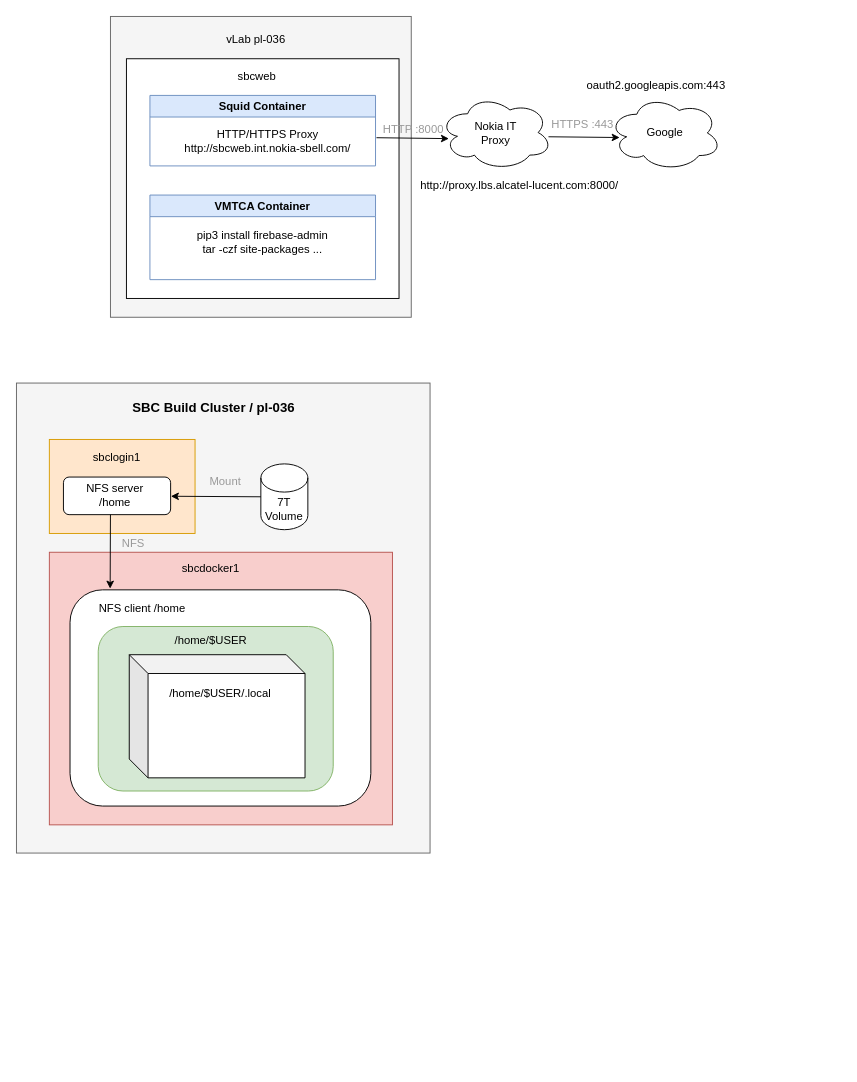
shanewa/coding keeps this draw.io diagram as sbcdocker.drawio. Above is the earlier version. Source tidied: cells renumbered, new cells numbered last; positions are measured from the earlier drawing's top-left corner, leaving out a move shared by most shapes. Both pictures are drawn from the tidied source at 94%, with x=0, y=0 at pixel (16, 16). Pictures stored in the file or linked from it are replaced by grey dashed boxes.
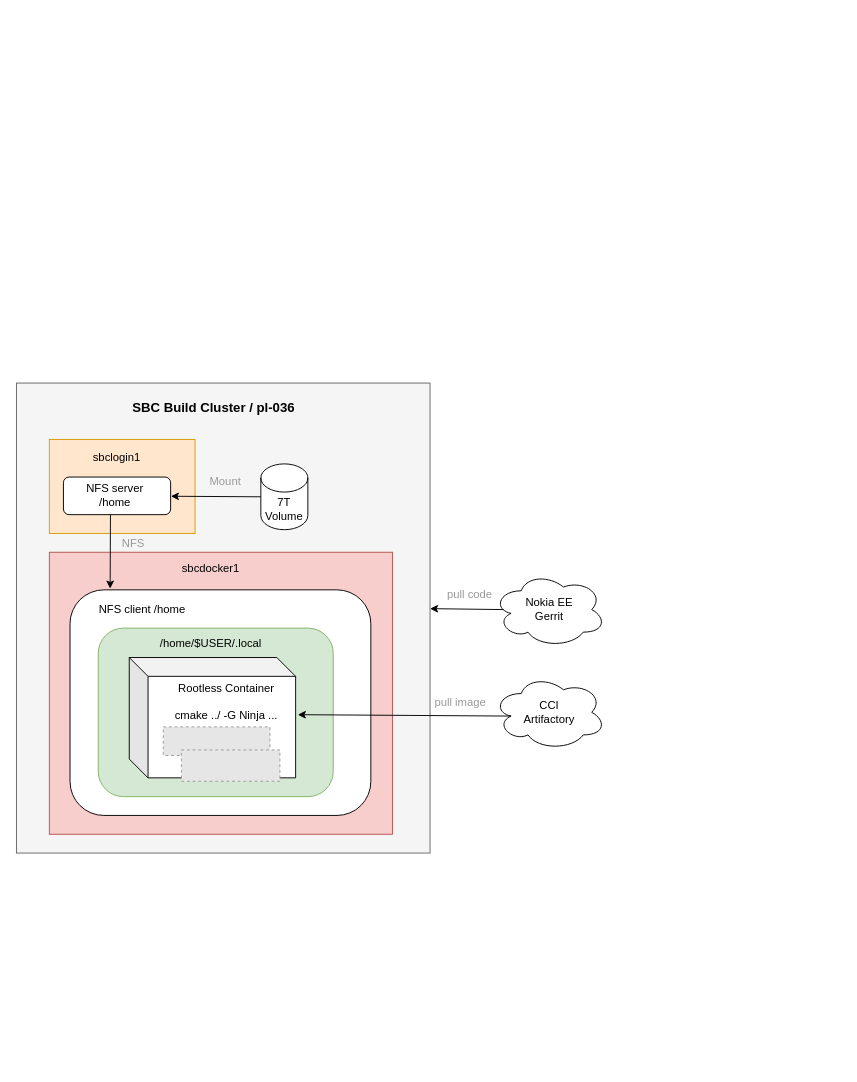
After the change.

The edit, as a diff of the source:
```diff
@@
-    <mxCell id="6" style="whiteSpace=wrap;html=1;fillColor=#f5f5f5;fontColor=#333333;strokeColor=#666666;" parent="1" vertex="1">
-      <mxGeometry x="100" width="320" height="320" as="geometry" />
-    </mxCell>
-    <mxCell id="7" value="vLab pl-036" style="text;html=1;align=center;verticalAlign=middle;whiteSpace=wrap;rounded=0;" parent="1" vertex="1">
-      <mxGeometry x="215" y="10" width="80" height="30" as="geometry" />
-    </mxCell>
-    <mxCell id="8" style="rounded=0;whiteSpace=wrap;html=1;" parent="1" vertex="1">
-      <mxGeometry x="117" y="45" width="290" height="255" as="geometry" />
-    </mxCell>
-    <mxCell id="9" value="sbcweb" style="text;html=1;align=center;verticalAlign=middle;whiteSpace=wrap;rounded=0;" parent="1" vertex="1">
-      <mxGeometry x="216" y="49" width="80" height="30" as="geometry" />
-    </mxCell>
-    <mxCell id="10" value="VMTCA Container" style="swimlane;whiteSpace=wrap;html=1;fillColor=#dae8fc;strokeColor=#6c8ebf;" parent="1" vertex="1">
-      <mxGeometry x="142" y="190" width="240" height="90" as="geometry" />
-    </mxCell>
-    <mxCell id="11" value="pip3 install firebase-admin&lt;div&gt;tar -czf&amp;nbsp;site-packages ...&lt;/div&gt;" style="text;html=1;align=center;verticalAlign=middle;whiteSpace=wrap;rounded=0;" parent="10" vertex="1">
-      <mxGeometry x="45" y="35" width="150" height="30" as="geometry" />
-    </mxCell>
-    <mxCell id="12" value="Squid Container" style="swimlane;whiteSpace=wrap;html=1;fillColor=#dae8fc;strokeColor=#6c8ebf;" parent="1" vertex="1">
-      <mxGeometry x="142" y="84" width="240" height="75" as="geometry" />
-    </mxCell>
-    <mxCell id="13" value="HTTP/HTTPS Proxy&lt;div&gt;http://sbcweb.int.nokia-sbell.com/&lt;br&gt;&lt;/div&gt;" style="text;html=1;align=center;verticalAlign=middle;whiteSpace=wrap;rounded=0;" parent="12" vertex="1">
-      <mxGeometry x="33" y="34" width="185" height="30" as="geometry" />
-    </mxCell>
@@
-    <mxCell id="17" value="Nokia IT&lt;div&gt;Proxy&lt;/div&gt;" style="ellipse;shape=cloud;whiteSpace=wrap;html=1;" parent="1" vertex="1">
-      <mxGeometry x="450" y="83.5" width="120" height="80" as="geometry" />
-    </mxCell>
-    <mxCell id="18" value="Google" style="ellipse;shape=cloud;whiteSpace=wrap;html=1;" parent="1" vertex="1">
-      <mxGeometry x="630" y="84" width="120" height="80" as="geometry" />
-    </mxCell>
-    <mxCell id="19" style="endArrow=classic;html=1;rounded=0;entryX=0.084;entryY=0.581;entryDx=0;entryDy=0;entryPerimeter=0;" parent="1" edge="1" target="17">
-      <mxGeometry relative="1" as="geometry">
-        <mxPoint x="383" y="129" as="sourcePoint" />
-      </mxGeometry>
-    </mxCell>
-    <mxCell id="20" style="endArrow=classic;html=1;rounded=0;entryX=0.098;entryY=0.56;entryDx=0;entryDy=0;entryPerimeter=0;exitX=0.997;exitY=0.659;exitDx=0;exitDy=0;exitPerimeter=0;" parent="1" edge="1" target="18">
-      <mxGeometry relative="1" as="geometry">
-        <mxPoint x="566" y="128" as="sourcePoint" />
-      </mxGeometry>
-    </mxCell>
-    <mxCell id="21" value="http://proxy.lbs.alcatel-lucent.com:8000/" style="text;whiteSpace=wrap;" parent="1" vertex="1">
-      <mxGeometry x="428" y="166" width="240" height="40" as="geometry" />
-    </mxCell>
-    <mxCell id="22" value="oauth2.googleapis.com:443" style="text;whiteSpace=wrap;" parent="1" vertex="1">
-      <mxGeometry x="605" y="60" width="180" height="40" as="geometry" />
-    </mxCell>
-    <mxCell id="23" value="HTTP :8000" style="text;html=1;align=center;verticalAlign=middle;whiteSpace=wrap;rounded=0;fontColor=#999999;" parent="1" vertex="1">
-      <mxGeometry x="370" y="105" width="105" height="30" as="geometry" />
-    </mxCell>
-    <mxCell id="24" value="HTTPS :443" style="text;html=1;align=center;verticalAlign=middle;whiteSpace=wrap;rounded=0;fontColor=#999999;" parent="1" vertex="1">
-      <mxGeometry x="550" y="100" width="105" height="30" as="geometry" />
-    </mxCell>
@@
     <mxCell id="26" style="rounded=0;whiteSpace=wrap;html=1;fillColor=#f8cecc;strokeColor=#b85450;" parent="1" vertex="1">
-      <mxGeometry x="35" y="570" width="365" height="290" as="geometry" />
+      <mxGeometry x="35" y="570" width="365" height="300" as="geometry" />
     </mxCell>
@@
     <mxCell id="28" style="group;" parent="1" vertex="1">
-      <mxGeometry x="57" y="610" width="320" height="230" as="geometry" />
+      <mxGeometry x="57" y="610" width="820" height="506.1" as="geometry" />
     </mxCell>
     <mxCell id="29" style="rounded=1;whiteSpace=wrap;html=1;" parent="28" vertex="1">
-      <mxGeometry width="320" height="230" as="geometry" />
+      <mxGeometry width="320" height="240" as="geometry" />
     </mxCell>
     <mxCell id="30" value="&lt;div&gt;NFS client&amp;nbsp;&lt;span style=&quot;background-color: initial;&quot;&gt;/home&lt;/span&gt;&lt;/div&gt;" style="text;html=1;align=center;verticalAlign=middle;whiteSpace=wrap;rounded=0;" parent="28" vertex="1">
-      <mxGeometry x="-43" width="240" height="40.3" as="geometry" />
+      <mxGeometry x="-43" width="240" height="42.1" as="geometry" />
     </mxCell>
     <mxCell id="31" style="rounded=1;whiteSpace=wrap;html=1;fillColor=#d5e8d4;strokeColor=#82b366;" parent="28" vertex="1">
-      <mxGeometry x="30" y="39" width="250" height="175" as="geometry" />
+      <mxGeometry x="30" y="40.7" width="250" height="179.3" as="geometry" />
     </mxCell>
-    <mxCell id="32" value="&lt;div&gt;/home/$USER&lt;/div&gt;" style="text;html=1;align=center;verticalAlign=middle;whiteSpace=wrap;rounded=0;" parent="28" vertex="1">
-      <mxGeometry x="30" y="34" width="240" height="40.3" as="geometry" />
+    <mxCell id="32" value="&lt;div&gt;/home/$USER/.local&lt;/div&gt;" style="text;html=1;align=center;verticalAlign=middle;whiteSpace=wrap;rounded=0;" parent="28" vertex="1">
+      <mxGeometry x="30" y="35.5" width="240" height="42.1" as="geometry" />
     </mxCell>
     <mxCell id="33" style="shape=cube;whiteSpace=wrap;html=1;boundedLbl=1;backgroundOutline=1;darkOpacity=0.05;darkOpacity2=0.1;" parent="28" vertex="1">
-      <mxGeometry x="63" y="69" width="187" height="131" as="geometry" />
+      <mxGeometry x="63" y="72" width="177" height="128" as="geometry" />
     </mxCell>
-    <mxCell id="34" value="&lt;div&gt;/home/$USER/.local&lt;/div&gt;" style="text;html=1;align=center;verticalAlign=middle;whiteSpace=wrap;rounded=0;" parent="28" vertex="1">
-      <mxGeometry x="40" y="90" width="240" height="40.3" as="geometry" />
-    </mxCell>
+    <mxCell id="39" style="fillColor=#E6E6E6;strokeColor=#999999;dashed=1;verticalLabelPosition=bottom;labelBackgroundColor=default;verticalAlign=top;" parent="28" vertex="1">
+      <mxGeometry x="99.2" y="145.8" width="113.5" height="30.4" as="geometry" />
+    </mxCell>
+    <mxCell id="40" value="&lt;div&gt;Rootless Container&lt;/div&gt;&lt;div&gt;&lt;br&gt;&lt;/div&gt;&lt;div&gt;cmake ../ -G Ninja ...&lt;/div&gt;" style="text;html=1;align=center;verticalAlign=middle;whiteSpace=wrap;rounded=0;" parent="28" vertex="1">
+      <mxGeometry x="99.2" y="98" width="135.2" height="41.9" as="geometry" />
+    </mxCell>
+    <mxCell id="17" value="CCI&lt;div&gt;Artifactory&lt;/div&gt;" style="ellipse;shape=cloud;whiteSpace=wrap;html=1;" parent="28" vertex="1">
+      <mxGeometry x="450" y="90.3" width="120" height="80" as="geometry" />
+    </mxCell>
+    <mxCell id="41" style="endArrow=classic;html=1;rounded=0;entryX=1.013;entryY=0.475;entryDx=0;entryDy=0;entryPerimeter=0;exitX=0.16;exitY=0.55;exitDx=0;exitDy=0;exitPerimeter=0;" parent="28" edge="1" source="17" target="33">
+      <mxGeometry relative="1" as="geometry" />
+    </mxCell>
+    <mxCell id="42" value="pull image" style="text;html=1;align=center;verticalAlign=middle;whiteSpace=wrap;rounded=0;fontColor=#999999;" parent="28" vertex="1">
+      <mxGeometry x="363" y="105" width="105" height="30" as="geometry" />
+    </mxCell>
+    <mxCell id="43" style="fillColor=#E6E6E6;strokeColor=#999999;dashed=1;verticalLabelPosition=bottom;labelBackgroundColor=default;verticalAlign=top;" parent="28" vertex="1">
+      <mxGeometry x="118.5" y="170.3" width="104.8" height="33.3" as="geometry" />
+    </mxCell>
+    <mxCell id="18" value="Nokia EE&lt;div&gt;Gerrit&lt;/div&gt;" style="ellipse;shape=cloud;whiteSpace=wrap;html=1;" parent="28" vertex="1">
+      <mxGeometry x="450" y="-19" width="120" height="80" as="geometry" />
+    </mxCell>
+    <mxCell id="44" style="endArrow=classic;html=1;rounded=0;exitX=0.16;exitY=0.55;exitDx=0;exitDy=0;exitPerimeter=0;" parent="28" edge="1">
+      <mxGeometry relative="1" as="geometry">
+        <mxPoint x="461.3" y="21" as="sourcePoint" />
+        <mxPoint x="383" y="20" as="targetPoint" />
+      </mxGeometry>
+    </mxCell>
@@
+    <mxCell id="45" value="pull code" style="text;html=1;align=center;verticalAlign=middle;whiteSpace=wrap;rounded=0;fontColor=#999999;" parent="1" vertex="1">
+      <mxGeometry x="430" y="600" width="105" height="30" as="geometry" />
+    </mxCell>
```
